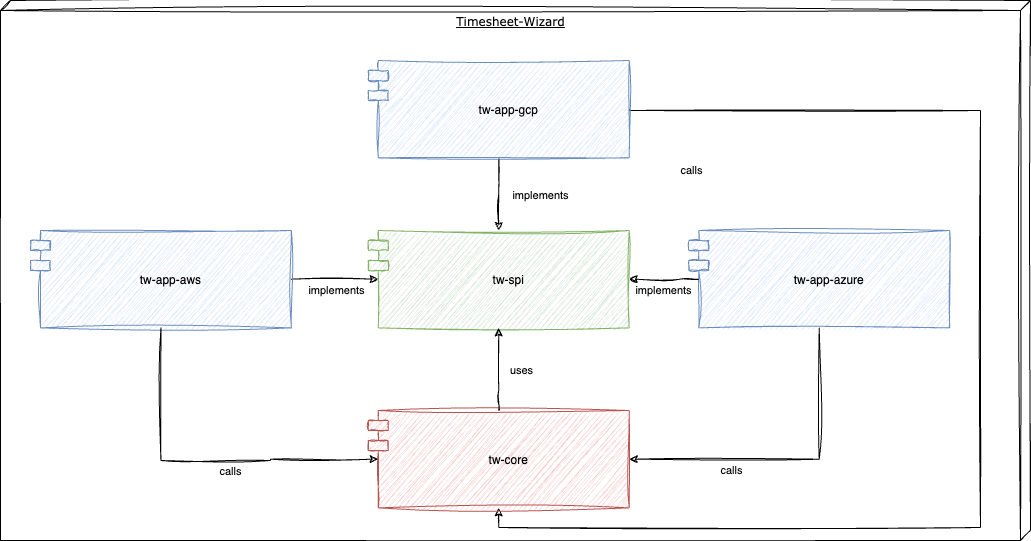
Earlier version of the draw.io export docs/assets/static-level-1.drawio.png (tinohertlein/timesheet-wizard). Source tidied: cells renumbered, new cells last; positions are measured from the earlier drawing's top-left corner, leaving out a move shared by most shapes.
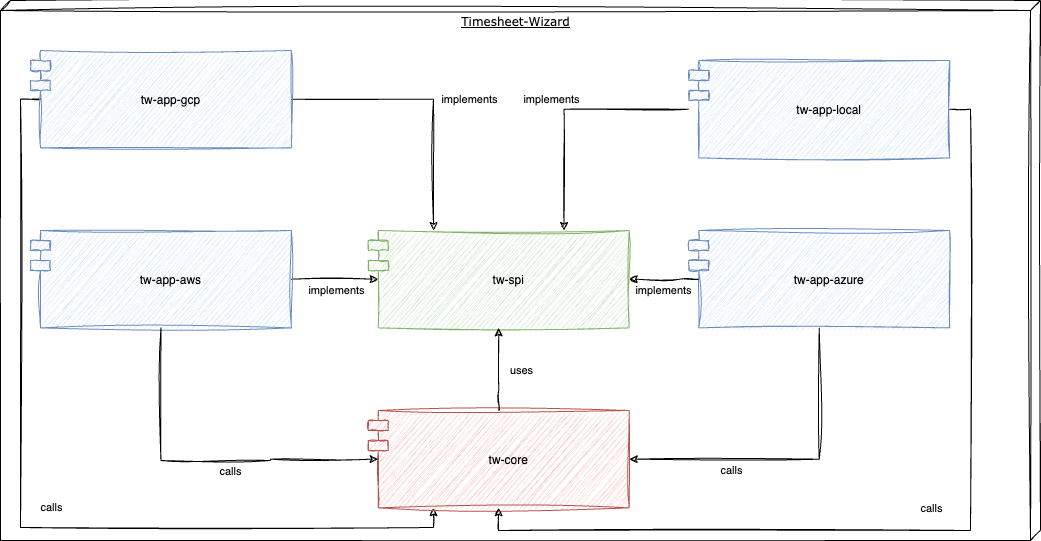
Later version of the same file.

Commit message:
docs: update building block view to include `tw-app-local` and refine descriptions

Change to the diagram source:
```diff
@@ -3,9 +3,9 @@
     <mxCell id="0" />
     <mxCell id="1" parent="0" />
     <mxCell id="2" value="Timesheet-Wizard" style="verticalAlign=top;align=center;spacingTop=8;spacingLeft=2;spacingRight=12;shape=cube;size=10;direction=south;fontStyle=4;html=1;rounded=0;shadow=0;comic=0;labelBackgroundColor=none;strokeWidth=1;fontFamily=Verdana;fontSize=12;sketch=1;curveFitting=1;jiggle=2;" parent="1" vertex="1">
-      <mxGeometry width="1030" height="540" as="geometry" />
+      <mxGeometry width="1040" height="540" as="geometry" />
     </mxCell>
-    <mxCell id="3" style="edgeStyle=orthogonalEdgeStyle;rounded=0;sketch=1;jettySize=auto;html=1;entryX=0.5;entryY=0;entryDx=0;entryDy=0;" parent="1" edge="1" source="7" target="11">
+    <mxCell id="3" style="edgeStyle=orthogonalEdgeStyle;rounded=0;sketch=1;jettySize=auto;html=1;entryX=0.25;entryY=0;entryDx=0;entryDy=0;" parent="1" edge="1" source="7" target="11">
       <mxGeometry relative="1" as="geometry" />
     </mxCell>
     <mxCell id="4" value="implements" style="edgeLabel;html=1;align=center;verticalAlign=middle;" parent="3" vertex="1">
@@ -13,23 +13,22 @@
         <mxPoint x="41" as="offset" />
       </mxGeometry>
     </mxCell>
-    <mxCell id="5" style="edgeStyle=orthogonalEdgeStyle;rounded=0;sketch=1;jettySize=auto;html=1;entryX=0.5;entryY=1;entryDx=0;entryDy=0;exitX=1;exitY=0.5;exitDx=0;exitDy=0;" parent="1" edge="1" source="7" target="14">
+    <mxCell id="5" style="edgeStyle=orthogonalEdgeStyle;rounded=0;sketch=1;jettySize=auto;html=1;entryX=0.25;entryY=1;entryDx=0;entryDy=0;exitX=0;exitY=0.5;exitDx=10;exitDy=0;exitPerimeter=0;" parent="1" edge="1" source="7" target="14">
       <mxGeometry relative="1" as="geometry">
         <Array as="points">
-          <mxPoint x="629" y="110" />
-          <mxPoint x="980" y="110" />
-          <mxPoint x="980" y="527" />
-          <mxPoint x="498" y="527" />
+          <mxPoint x="20" y="99" />
+          <mxPoint x="20" y="527" />
+          <mxPoint x="433" y="527" />
         </Array>
       </mxGeometry>
     </mxCell>
-    <mxCell id="6" value="calls" style="edgeLabel;html=1;align=center;verticalAlign=middle;" parent="5" vertex="1">
-      <mxGeometry x="-0.19" y="2" relative="1" as="geometry">
-        <mxPoint x="-292" y="-101" as="offset" />
-      </mxGeometry>
-    </mxCell>
+    <mxCell id="22" value="calls" style="edgeLabel;html=1;align=center;verticalAlign=middle;" parent="5" vertex="1">
+      <mxGeometry x="-0.4" relative="1" as="geometry">
+        <mxPoint x="30" y="165" as="offset" />
+      </mxGeometry>
+    </mxCell>
     <mxCell id="7" value="tw-app-gcp" style="shape=module;align=left;spacingLeft=20;align=center;verticalAlign=middle;sketch=1;curveFitting=1;jiggle=2;fillColor=#dae8fc;strokeColor=#6c8ebf;fillStyle=auto;" parent="1" vertex="1">
-      <mxGeometry x="367.8" y="60" width="260.9" height="97.4" as="geometry" />
+      <mxGeometry x="30" y="50" width="260.9" height="97.4" as="geometry" />
     </mxCell>
     <mxCell id="8" style="edgeStyle=orthogonalEdgeStyle;rounded=0;jettySize=auto;html=1;entryX=0;entryY=0.5;entryDx=10;entryDy=0;entryPerimeter=0;sketch=1;curveFitting=1;jiggle=2;" parent="1" edge="1" source="10" target="11">
       <mxGeometry relative="1" as="geometry" />
@@ -99,5 +98,30 @@
         <mxPoint x="8" y="12" as="offset" />
       </mxGeometry>
     </mxCell>
+    <mxCell id="23" style="edgeStyle=orthogonalEdgeStyle;rounded=0;sketch=1;jettySize=auto;html=1;entryX=0.75;entryY=0;entryDx=0;entryDy=0;" parent="1" edge="1" source="27" target="11">
+      <mxGeometry relative="1" as="geometry" />
+    </mxCell>
+    <mxCell id="24" value="implements" style="edgeLabel;html=1;align=center;verticalAlign=middle;" parent="23" vertex="1">
+      <mxGeometry x="-0.22" y="-1" relative="1" as="geometry">
+        <mxPoint x="-42" y="-9" as="offset" />
+      </mxGeometry>
+    </mxCell>
+    <mxCell id="25" style="edgeStyle=orthogonalEdgeStyle;rounded=0;sketch=1;jettySize=auto;html=1;" parent="1" edge="1" source="27" target="14">
+      <mxGeometry relative="1" as="geometry">
+        <Array as="points">
+          <mxPoint x="970" y="109" />
+          <mxPoint x="970" y="530" />
+          <mxPoint x="498" y="530" />
+        </Array>
+      </mxGeometry>
+    </mxCell>
+    <mxCell id="26" value="calls" style="edgeLabel;html=1;align=center;verticalAlign=middle;" parent="25" vertex="1">
+      <mxGeometry x="-0.31" y="3" relative="1" as="geometry">
+        <mxPoint x="-43" y="97" as="offset" />
+      </mxGeometry>
+    </mxCell>
+    <mxCell id="27" value="tw-app-local" style="shape=module;align=left;spacingLeft=20;align=center;verticalAlign=middle;sketch=1;curveFitting=1;jiggle=2;fillColor=#dae8fc;strokeColor=#6c8ebf;fillStyle=auto;" parent="1" vertex="1">
+      <mxGeometry x="688.3" y="60" width="260.9" height="97.4" as="geometry" />
+    </mxCell>
   </root>
 </mxGraphModel>
```
